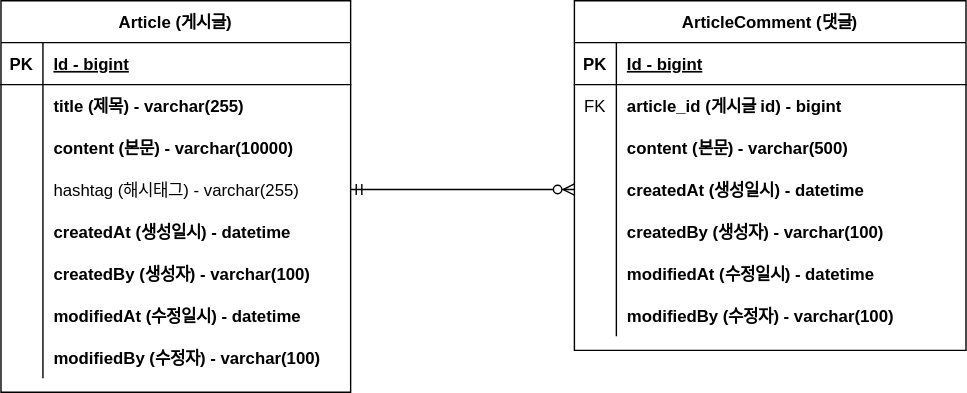
Earlier version of the draw.io export document/project-board-erd.svg (Hyeon-moGu/Board). Source tidied: cells renumbered, new cells last; positions are measured from the earlier drawing's top-left corner, leaving out a move shared by most shapes.
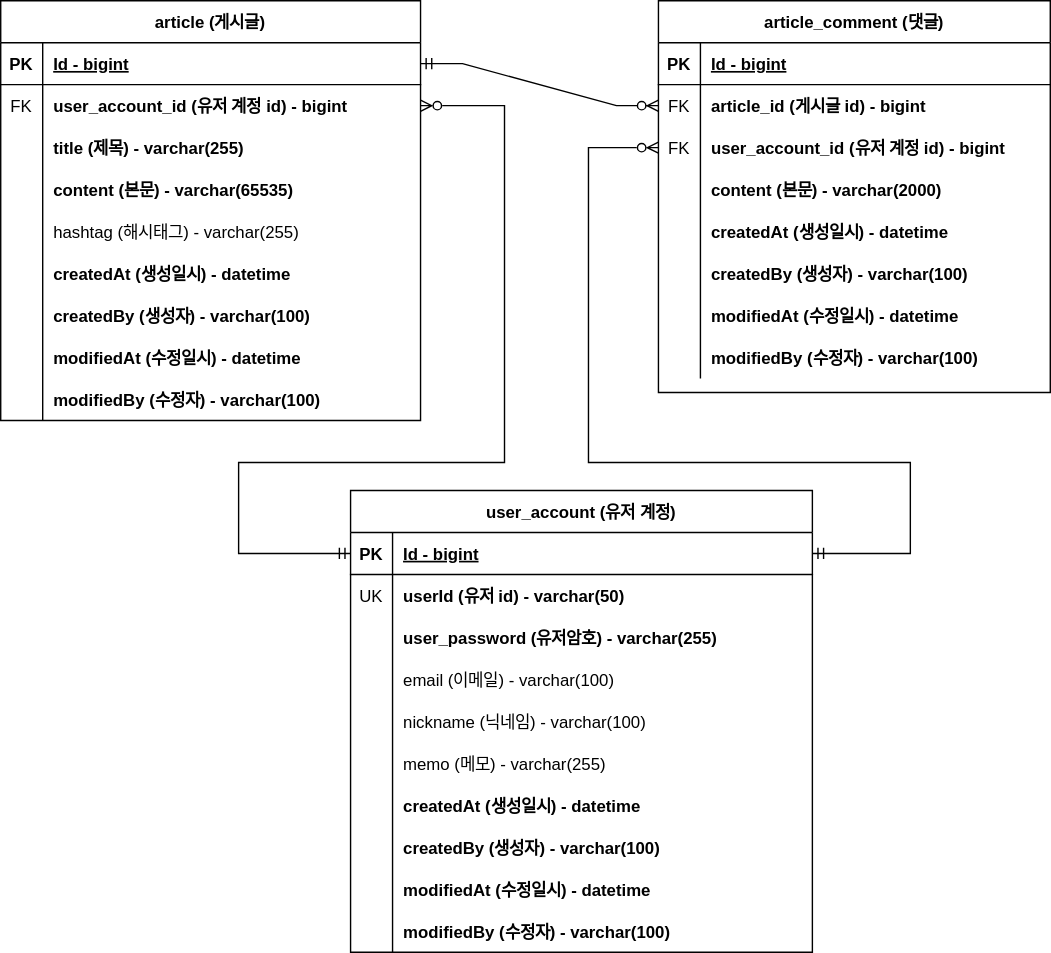
The same file after the commit.

Commit message:
#21 - 회원 계정 도메인 구현 및 erd 반영

Change to the diagram source:
```diff
@@ -4,7 +4,7 @@
     <mxCell id="1" parent="0" />
-    <mxCell id="2" value="Article (게시글)" style="shape=table;startSize=30;rowLines=0;fontStyle=1;align=center;" parent="1" vertex="1">
-      <mxGeometry width="250" height="280" as="geometry" />
+    <mxCell id="2" value="article (게시글)" style="shape=table;startSize=30;rowLines=0;fontStyle=1;align=center;" parent="1" vertex="1">
+      <mxGeometry x="-60" width="300" height="300" as="geometry" />
     </mxCell>
     <mxCell id="3" style="shape=tableRow;horizontal=0;startSize=0;swimlaneHead=0;swimlaneBody=0;fillColor=none;points=[[0,0.5],[1,0.5]];portConstraint=eastwest;top=0;left=0;right=0;bottom=1;" parent="2" vertex="1">
-      <mxGeometry y="30" width="250" height="30" as="geometry" />
+      <mxGeometry y="30" width="300" height="30" as="geometry" />
     </mxCell>
@@ -14,15 +14,24 @@
     <mxCell id="5" value="Id - bigint" style="shape=partialRectangle;fillColor=none;top=0;left=0;bottom=0;right=0;align=left;spacingLeft=6;fontStyle=5;overflow=hidden;" parent="3" vertex="1">
-      <mxGeometry x="30" width="220" height="30" as="geometry" />
+      <mxGeometry x="30" width="270" height="30" as="geometry" />
     </mxCell>
     <mxCell id="6" style="shape=tableRow;horizontal=0;startSize=0;swimlaneHead=0;swimlaneBody=0;fillColor=none;points=[[0,0.5],[1,0.5]];portConstraint=eastwest;top=0;left=0;right=0;bottom=0;" parent="2" vertex="1">
-      <mxGeometry y="60" width="250" height="30" as="geometry" />
+      <mxGeometry y="60" width="300" height="30" as="geometry" />
     </mxCell>
-    <mxCell id="7" style="shape=partialRectangle;fillColor=none;top=0;left=0;bottom=0;right=0;overflow=hidden;" parent="6" vertex="1">
+    <mxCell id="7" value="FK" style="shape=partialRectangle;fillColor=none;top=0;left=0;bottom=0;right=0;overflow=hidden;" parent="6" vertex="1">
       <mxGeometry width="30" height="30" as="geometry" />
     </mxCell>
-    <mxCell id="8" value="title (제목) - varchar(255)" style="shape=partialRectangle;fillColor=none;top=0;left=0;bottom=0;right=0;align=left;spacingLeft=6;overflow=hidden;fontStyle=1;" parent="6" vertex="1">
-      <mxGeometry x="30" width="220" height="30" as="geometry" />
+    <mxCell id="8" value="user_account_id (유저 계정 id) - bigint" style="shape=partialRectangle;fillColor=none;top=0;left=0;bottom=0;right=0;align=left;spacingLeft=6;overflow=hidden;fontStyle=1;" parent="6" vertex="1">
+      <mxGeometry x="30" width="270" height="30" as="geometry" />
     </mxCell>
+    <mxCell id="50" style="shape=tableRow;horizontal=0;startSize=0;swimlaneHead=0;swimlaneBody=0;fillColor=none;top=0;left=0;right=0;bottom=0;" parent="2" vertex="1">
+      <mxGeometry y="90" width="300" height="30" as="geometry" />
+    </mxCell>
+    <mxCell id="51" style="shape=partialRectangle;fillColor=none;top=0;left=0;bottom=0;right=0;overflow=hidden;" parent="50" vertex="1">
+      <mxGeometry width="30" height="30" as="geometry" />
+    </mxCell>
+    <mxCell id="52" value="title (제목) - varchar(255)" style="shape=partialRectangle;fillColor=none;top=0;left=0;bottom=0;right=0;align=left;spacingLeft=6;overflow=hidden;fontStyle=1;" parent="50" vertex="1">
+      <mxGeometry x="30" width="270" height="30" as="geometry" />
+    </mxCell>
     <mxCell id="9" style="shape=tableRow;horizontal=0;startSize=0;swimlaneHead=0;swimlaneBody=0;fillColor=none;top=0;left=0;right=0;bottom=0;" parent="2" vertex="1">
-      <mxGeometry y="90" width="250" height="30" as="geometry" />
+      <mxGeometry y="120" width="300" height="30" as="geometry" />
     </mxCell>
@@ -31,7 +40,7 @@
     </mxCell>
-    <mxCell id="11" value="content (본문) - varchar(10000)" style="shape=partialRectangle;fillColor=none;top=0;left=0;bottom=0;right=0;align=left;spacingLeft=6;overflow=hidden;fontStyle=1;" parent="9" vertex="1">
-      <mxGeometry x="30" width="220" height="30" as="geometry" />
+    <mxCell id="11" value="content (본문) - varchar(65535)" style="shape=partialRectangle;fillColor=none;top=0;left=0;bottom=0;right=0;align=left;spacingLeft=6;overflow=hidden;fontStyle=1;" parent="9" vertex="1">
+      <mxGeometry x="30" width="270" height="30" as="geometry" />
     </mxCell>
     <mxCell id="12" style="shape=tableRow;horizontal=0;startSize=0;swimlaneHead=0;swimlaneBody=0;fillColor=none;points=[[0,0.5],[1,0.5]];portConstraint=eastwest;top=0;left=0;right=0;bottom=0;" parent="2" vertex="1">
-      <mxGeometry y="120" width="250" height="30" as="geometry" />
+      <mxGeometry y="150" width="300" height="30" as="geometry" />
     </mxCell>
@@ -41,6 +50,6 @@
     <mxCell id="14" value="hashtag (해시태그) - varchar(255)" style="shape=partialRectangle;fillColor=none;top=0;left=0;bottom=0;right=0;align=left;spacingLeft=6;overflow=hidden;" parent="12" vertex="1">
-      <mxGeometry x="30" width="220" height="30" as="geometry" />
+      <mxGeometry x="30" width="270" height="30" as="geometry" />
     </mxCell>
     <mxCell id="15" style="shape=tableRow;horizontal=0;startSize=0;swimlaneHead=0;swimlaneBody=0;fillColor=none;top=0;left=0;right=0;bottom=0;" parent="2" vertex="1">
-      <mxGeometry y="150" width="250" height="30" as="geometry" />
+      <mxGeometry y="180" width="300" height="30" as="geometry" />
     </mxCell>
@@ -50,6 +59,6 @@
     <mxCell id="17" value="createdAt (생성일시) - datetime" style="shape=partialRectangle;fillColor=none;top=0;left=0;bottom=0;right=0;align=left;spacingLeft=6;overflow=hidden;fontStyle=1;" parent="15" vertex="1">
-      <mxGeometry x="30" width="220" height="30" as="geometry" />
+      <mxGeometry x="30" width="270" height="30" as="geometry" />
     </mxCell>
     <mxCell id="18" style="shape=tableRow;horizontal=0;startSize=0;swimlaneHead=0;swimlaneBody=0;fillColor=none;top=0;left=0;right=0;bottom=0;" parent="2" vertex="1">
-      <mxGeometry y="180" width="250" height="30" as="geometry" />
+      <mxGeometry y="210" width="300" height="30" as="geometry" />
     </mxCell>
@@ -59,6 +68,6 @@
     <mxCell id="20" value="createdBy (생성자) - varchar(100)" style="shape=partialRectangle;fillColor=none;top=0;left=0;bottom=0;right=0;align=left;spacingLeft=6;overflow=hidden;fontStyle=1;" parent="18" vertex="1">
-      <mxGeometry x="30" width="220" height="30" as="geometry" />
+      <mxGeometry x="30" width="270" height="30" as="geometry" />
     </mxCell>
     <mxCell id="21" style="shape=tableRow;horizontal=0;startSize=0;swimlaneHead=0;swimlaneBody=0;fillColor=none;top=0;left=0;right=0;bottom=0;" parent="2" vertex="1">
-      <mxGeometry y="210" width="250" height="30" as="geometry" />
+      <mxGeometry y="240" width="300" height="30" as="geometry" />
     </mxCell>
@@ -68,6 +77,6 @@
     <mxCell id="23" value="modifiedAt (수정일시) - datetime" style="shape=partialRectangle;fillColor=none;top=0;left=0;bottom=0;right=0;align=left;spacingLeft=6;overflow=hidden;fontStyle=1;" parent="21" vertex="1">
-      <mxGeometry x="30" width="220" height="30" as="geometry" />
+      <mxGeometry x="30" width="270" height="30" as="geometry" />
     </mxCell>
     <mxCell id="24" style="shape=tableRow;horizontal=0;startSize=0;swimlaneHead=0;swimlaneBody=0;fillColor=none;top=0;left=0;right=0;bottom=0;" parent="2" vertex="1">
-      <mxGeometry y="240" width="250" height="30" as="geometry" />
+      <mxGeometry y="270" width="300" height="30" as="geometry" />
     </mxCell>
@@ -77,6 +86,6 @@
     <mxCell id="26" value="modifiedBy (수정자) - varchar(100)" style="shape=partialRectangle;fillColor=none;top=0;left=0;bottom=0;right=0;align=left;spacingLeft=6;overflow=hidden;fontStyle=1;" parent="24" vertex="1">
-      <mxGeometry x="30" width="220" height="30" as="geometry" />
+      <mxGeometry x="30" width="270" height="30" as="geometry" />
     </mxCell>
-    <mxCell id="27" value="ArticleComment (댓글)" style="shape=table;startSize=30;rowLines=0;fontStyle=1;align=center;" parent="1" vertex="1">
-      <mxGeometry x="410" width="280" height="250" as="geometry" />
+    <mxCell id="27" value="article_comment (댓글)" style="shape=table;startSize=30;rowLines=0;fontStyle=1;align=center;" parent="1" vertex="1">
+      <mxGeometry x="410" width="280" height="280" as="geometry" />
     </mxCell>
@@ -100,4 +109,13 @@
     </mxCell>
+    <mxCell id="53" style="shape=tableRow;horizontal=0;startSize=0;swimlaneHead=0;swimlaneBody=0;fillColor=none;points=[[0,0.5],[1,0.5]];portConstraint=eastwest;top=0;left=0;right=0;bottom=0;" parent="27" vertex="1">
+      <mxGeometry y="90" width="280" height="30" as="geometry" />
+    </mxCell>
+    <mxCell id="54" value="FK" style="shape=partialRectangle;fillColor=none;top=0;left=0;bottom=0;right=0;overflow=hidden;" parent="53" vertex="1">
+      <mxGeometry width="30" height="30" as="geometry" />
+    </mxCell>
+    <mxCell id="55" value="user_account_id (유저 계정 id) - bigint" style="shape=partialRectangle;fillColor=none;top=0;left=0;bottom=0;right=0;align=left;spacingLeft=6;overflow=hidden;fontStyle=1;" parent="53" vertex="1">
+      <mxGeometry x="30" width="250" height="30" as="geometry" />
+    </mxCell>
     <mxCell id="34" style="shape=tableRow;horizontal=0;startSize=0;swimlaneHead=0;swimlaneBody=0;fillColor=none;top=0;left=0;right=0;bottom=0;" parent="27" vertex="1">
-      <mxGeometry y="90" width="280" height="30" as="geometry" />
+      <mxGeometry y="120" width="280" height="30" as="geometry" />
     </mxCell>
@@ -106,3 +124,3 @@
     </mxCell>
-    <mxCell id="36" value="content (본문) - varchar(500)" style="shape=partialRectangle;fillColor=none;top=0;left=0;bottom=0;right=0;align=left;spacingLeft=6;overflow=hidden;fontStyle=1;" parent="34" vertex="1">
+    <mxCell id="36" value="content (본문) - varchar(2000)" style="shape=partialRectangle;fillColor=none;top=0;left=0;bottom=0;right=0;align=left;spacingLeft=6;overflow=hidden;fontStyle=1;" parent="34" vertex="1">
       <mxGeometry x="30" width="250" height="30" as="geometry" />
@@ -110,3 +128,3 @@
     <mxCell id="37" style="shape=tableRow;horizontal=0;startSize=0;swimlaneHead=0;swimlaneBody=0;fillColor=none;points=[[0,0.5],[1,0.5]];portConstraint=eastwest;top=0;left=0;right=0;bottom=0;" parent="27" vertex="1">
-      <mxGeometry y="120" width="280" height="30" as="geometry" />
+      <mxGeometry y="150" width="280" height="30" as="geometry" />
     </mxCell>
@@ -119,3 +137,3 @@
     <mxCell id="40" style="shape=tableRow;horizontal=0;startSize=0;swimlaneHead=0;swimlaneBody=0;fillColor=none;top=0;left=0;right=0;bottom=0;" parent="27" vertex="1">
-      <mxGeometry y="150" width="280" height="30" as="geometry" />
+      <mxGeometry y="180" width="280" height="30" as="geometry" />
     </mxCell>
@@ -128,3 +146,3 @@
     <mxCell id="43" style="shape=tableRow;horizontal=0;startSize=0;swimlaneHead=0;swimlaneBody=0;fillColor=none;top=0;left=0;right=0;bottom=0;" parent="27" vertex="1">
-      <mxGeometry y="180" width="280" height="30" as="geometry" />
+      <mxGeometry y="210" width="280" height="30" as="geometry" />
     </mxCell>
@@ -137,3 +155,3 @@
     <mxCell id="46" style="shape=tableRow;horizontal=0;startSize=0;swimlaneHead=0;swimlaneBody=0;fillColor=none;top=0;left=0;right=0;bottom=0;" parent="27" vertex="1">
-      <mxGeometry y="210" width="280" height="30" as="geometry" />
+      <mxGeometry y="240" width="280" height="30" as="geometry" />
     </mxCell>
@@ -145,5 +163,118 @@
     </mxCell>
-    <mxCell id="49" style="edgeStyle=entityRelationEdgeStyle;fontSize=12;html=1;endArrow=ERzeroToMany;startArrow=ERmandOne;rounded=0;exitX=1;exitY=0.5;exitDx=0;exitDy=0;entryX=0;entryY=0.5;entryDx=0;entryDy=0;" parent="1" edge="1" source="12" target="37">
+    <mxCell id="49" style="edgeStyle=entityRelationEdgeStyle;fontSize=12;html=1;endArrow=ERzeroToMany;startArrow=ERmandOne;rounded=0;exitX=1;exitY=0.5;exitDx=0;exitDy=0;entryX=0;entryY=0.5;entryDx=0;entryDy=0;" parent="1" edge="1" source="3" target="31">
       <mxGeometry relative="1" as="geometry" />
     </mxCell>
+    <mxCell id="56" value="user_account (유저 계정)" style="shape=table;startSize=30;rowLines=0;fontStyle=1;align=center;" parent="1" vertex="1">
+      <mxGeometry x="190" y="350" width="330" height="330" as="geometry" />
+    </mxCell>
+    <mxCell id="57" style="shape=tableRow;horizontal=0;startSize=0;swimlaneHead=0;swimlaneBody=0;fillColor=none;points=[[0,0.5],[1,0.5]];portConstraint=eastwest;top=0;left=0;right=0;bottom=1;" parent="56" vertex="1">
+      <mxGeometry y="30" width="330" height="30" as="geometry" />
+    </mxCell>
+    <mxCell id="58" value="PK" style="shape=partialRectangle;fillColor=none;top=0;left=0;bottom=0;right=0;fontStyle=1;overflow=hidden;" parent="57" vertex="1">
+      <mxGeometry width="30" height="30" as="geometry" />
+    </mxCell>
+    <mxCell id="59" value="Id - bigint" style="shape=partialRectangle;fillColor=none;top=0;left=0;bottom=0;right=0;align=left;spacingLeft=6;fontStyle=5;overflow=hidden;" parent="57" vertex="1">
+      <mxGeometry x="30" width="300" height="30" as="geometry" />
+    </mxCell>
+    <mxCell id="60" style="shape=tableRow;horizontal=0;startSize=0;swimlaneHead=0;swimlaneBody=0;fillColor=none;top=0;left=0;right=0;bottom=0;" parent="56" vertex="1">
+      <mxGeometry y="60" width="330" height="30" as="geometry" />
+    </mxCell>
+    <mxCell id="61" value="UK" style="shape=partialRectangle;fillColor=none;top=0;left=0;bottom=0;right=0;overflow=hidden;" parent="60" vertex="1">
+      <mxGeometry width="30" height="30" as="geometry" />
+    </mxCell>
+    <mxCell id="62" value="userId (유저 id) - varchar(50)" style="shape=partialRectangle;fillColor=none;top=0;left=0;bottom=0;right=0;align=left;spacingLeft=6;overflow=hidden;fontStyle=1;" parent="60" vertex="1">
+      <mxGeometry x="30" width="300" height="30" as="geometry" />
+    </mxCell>
+    <mxCell id="63" style="shape=tableRow;horizontal=0;startSize=0;swimlaneHead=0;swimlaneBody=0;fillColor=none;top=0;left=0;right=0;bottom=0;" parent="56" vertex="1">
+      <mxGeometry y="90" width="330" height="30" as="geometry" />
+    </mxCell>
+    <mxCell id="64" style="shape=partialRectangle;fillColor=none;top=0;left=0;bottom=0;right=0;overflow=hidden;" parent="63" vertex="1">
+      <mxGeometry width="30" height="30" as="geometry" />
+    </mxCell>
+    <mxCell id="65" value="user_password (유저암호) - varchar(255)" style="shape=partialRectangle;fillColor=none;top=0;left=0;bottom=0;right=0;align=left;spacingLeft=6;overflow=hidden;fontStyle=1;" parent="63" vertex="1">
+      <mxGeometry x="30" width="300" height="30" as="geometry" />
+    </mxCell>
+    <mxCell id="66" style="shape=tableRow;horizontal=0;startSize=0;swimlaneHead=0;swimlaneBody=0;fillColor=none;top=0;left=0;right=0;bottom=0;" parent="56" vertex="1">
+      <mxGeometry y="120" width="330" height="30" as="geometry" />
+    </mxCell>
+    <mxCell id="67" style="shape=partialRectangle;fillColor=none;top=0;left=0;bottom=0;right=0;overflow=hidden;" parent="66" vertex="1">
+      <mxGeometry width="30" height="30" as="geometry" />
+    </mxCell>
+    <mxCell id="68" value="email (이메일) - varchar(100)" style="shape=partialRectangle;fillColor=none;top=0;left=0;bottom=0;right=0;align=left;spacingLeft=6;overflow=hidden;" parent="66" vertex="1">
+      <mxGeometry x="30" width="300" height="30" as="geometry" />
+    </mxCell>
+    <mxCell id="69" style="shape=tableRow;horizontal=0;startSize=0;swimlaneHead=0;swimlaneBody=0;fillColor=none;top=0;left=0;right=0;bottom=0;" parent="56" vertex="1">
+      <mxGeometry y="150" width="330" height="30" as="geometry" />
+    </mxCell>
+    <mxCell id="70" style="shape=partialRectangle;fillColor=none;top=0;left=0;bottom=0;right=0;overflow=hidden;" parent="69" vertex="1">
+      <mxGeometry width="30" height="30" as="geometry" />
+    </mxCell>
+    <mxCell id="71" value="nickname (닉네임) - varchar(100)" style="shape=partialRectangle;fillColor=none;top=0;left=0;bottom=0;right=0;align=left;spacingLeft=6;overflow=hidden;fontStyle=0;" parent="69" vertex="1">
+      <mxGeometry x="30" width="300" height="30" as="geometry" />
+    </mxCell>
+    <mxCell id="72" style="shape=tableRow;horizontal=0;startSize=0;swimlaneHead=0;swimlaneBody=0;fillColor=none;top=0;left=0;right=0;bottom=0;" parent="56" vertex="1">
+      <mxGeometry y="180" width="330" height="30" as="geometry" />
+    </mxCell>
+    <mxCell id="73" style="shape=partialRectangle;fillColor=none;top=0;left=0;bottom=0;right=0;overflow=hidden;" parent="72" vertex="1">
+      <mxGeometry width="30" height="30" as="geometry" />
+    </mxCell>
+    <mxCell id="74" value="memo (메모) - varchar(255)" style="shape=partialRectangle;fillColor=none;top=0;left=0;bottom=0;right=0;align=left;spacingLeft=6;overflow=hidden;fontStyle=0;" parent="72" vertex="1">
+      <mxGeometry x="30" width="300" height="30" as="geometry" />
+    </mxCell>
+    <mxCell id="75" style="shape=tableRow;horizontal=0;startSize=0;swimlaneHead=0;swimlaneBody=0;fillColor=none;top=0;left=0;right=0;bottom=0;" parent="56" vertex="1">
+      <mxGeometry y="210" width="330" height="30" as="geometry" />
+    </mxCell>
+    <mxCell id="76" style="shape=partialRectangle;fillColor=none;top=0;left=0;bottom=0;right=0;overflow=hidden;" parent="75" vertex="1">
+      <mxGeometry width="30" height="30" as="geometry" />
+    </mxCell>
+    <mxCell id="77" value="createdAt (생성일시) - datetime" style="shape=partialRectangle;fillColor=none;top=0;left=0;bottom=0;right=0;align=left;spacingLeft=6;overflow=hidden;fontStyle=1;" parent="75" vertex="1">
+      <mxGeometry x="30" width="300" height="30" as="geometry" />
+    </mxCell>
+    <mxCell id="78" style="shape=tableRow;horizontal=0;startSize=0;swimlaneHead=0;swimlaneBody=0;fillColor=none;top=0;left=0;right=0;bottom=0;" parent="56" vertex="1">
+      <mxGeometry y="240" width="330" height="30" as="geometry" />
+    </mxCell>
+    <mxCell id="79" style="shape=partialRectangle;fillColor=none;top=0;left=0;bottom=0;right=0;overflow=hidden;" parent="78" vertex="1">
+      <mxGeometry width="30" height="30" as="geometry" />
+    </mxCell>
+    <mxCell id="80" value="createdBy (생성자) - varchar(100)" style="shape=partialRectangle;fillColor=none;top=0;left=0;bottom=0;right=0;align=left;spacingLeft=6;overflow=hidden;fontStyle=1;" parent="78" vertex="1">
+      <mxGeometry x="30" width="300" height="30" as="geometry" />
+    </mxCell>
+    <mxCell id="81" style="shape=tableRow;horizontal=0;startSize=0;swimlaneHead=0;swimlaneBody=0;fillColor=none;top=0;left=0;right=0;bottom=0;" parent="56" vertex="1">
+      <mxGeometry y="270" width="330" height="30" as="geometry" />
+    </mxCell>
+    <mxCell id="82" style="shape=partialRectangle;fillColor=none;top=0;left=0;bottom=0;right=0;overflow=hidden;" parent="81" vertex="1">
+      <mxGeometry width="30" height="30" as="geometry" />
+    </mxCell>
+    <mxCell id="83" value="modifiedAt (수정일시) - datetime" style="shape=partialRectangle;fillColor=none;top=0;left=0;bottom=0;right=0;align=left;spacingLeft=6;overflow=hidden;fontStyle=1;" parent="81" vertex="1">
+      <mxGeometry x="30" width="300" height="30" as="geometry" />
+    </mxCell>
+    <mxCell id="84" style="shape=tableRow;horizontal=0;startSize=0;swimlaneHead=0;swimlaneBody=0;fillColor=none;top=0;left=0;right=0;bottom=0;" parent="56" vertex="1">
+      <mxGeometry y="300" width="330" height="30" as="geometry" />
+    </mxCell>
+    <mxCell id="85" style="shape=partialRectangle;fillColor=none;top=0;left=0;bottom=0;right=0;overflow=hidden;" parent="84" vertex="1">
+      <mxGeometry width="30" height="30" as="geometry" />
+    </mxCell>
+    <mxCell id="86" value="modifiedBy (수정자) - varchar(100)" style="shape=partialRectangle;fillColor=none;top=0;left=0;bottom=0;right=0;align=left;spacingLeft=6;overflow=hidden;fontStyle=1;" parent="84" vertex="1">
+      <mxGeometry x="30" width="300" height="30" as="geometry" />
+    </mxCell>
+    <mxCell id="87" style="edgeStyle=orthogonalEdgeStyle;fontSize=12;html=1;endArrow=ERmandOne;startArrow=ERzeroToMany;exitX=1;exitY=0.5;exitDx=0;exitDy=0;entryX=0;entryY=0.5;entryDx=0;entryDy=0;rounded=0;jumpStyle=none;endFill=0;startFill=0;" parent="1" edge="1" source="6" target="57">
+      <mxGeometry relative="1" as="geometry">
+        <Array as="points">
+          <mxPoint x="300" y="75" />
+          <mxPoint x="300" y="330" />
+          <mxPoint x="110" y="330" />
+          <mxPoint x="110" y="395" />
+        </Array>
+      </mxGeometry>
+    </mxCell>
+    <mxCell id="88" style="edgeStyle=orthogonalEdgeStyle;fontSize=12;html=1;endArrow=ERmandOne;startArrow=ERzeroToMany;exitX=0;exitY=0.5;exitDx=0;exitDy=0;entryX=1;entryY=0.5;entryDx=0;entryDy=0;rounded=0;jumpStyle=none;endFill=0;startFill=0;" parent="1" edge="1" source="53" target="57">
+      <mxGeometry relative="1" as="geometry">
+        <Array as="points">
+          <mxPoint x="360" y="105" />
+          <mxPoint x="360" y="330" />
+          <mxPoint x="590" y="330" />
+          <mxPoint x="590" y="395" />
+        </Array>
+      </mxGeometry>
+    </mxCell>
   </root>
```
